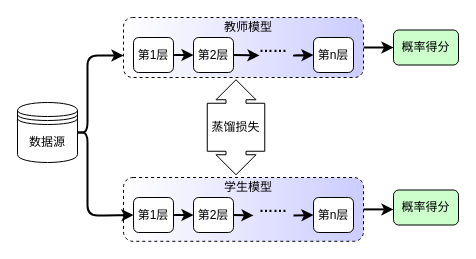
Above: feature-KD.drawio in Noeverer/Mindmap (draw.io), before the change. Source tidied: cells renumbered, new cells numbered last; positions are measured from the earlier drawing's top-left corner, leaving out a move shared by most shapes. Both pictures are drawn from the tidied source at 100%, with x=0, y=0 at pixel (17, 17).
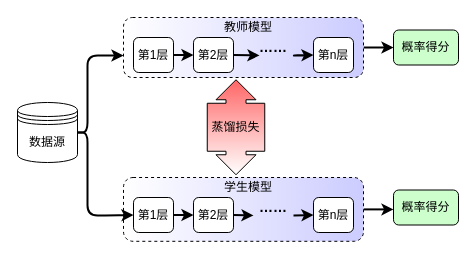
The same diagram, later.

The edit, as a diff of the source:
```diff
@@
-    <mxCell id="25" style="html=1;shadow=0;dashed=0;align=center;verticalAlign=middle;shape=mxgraph.arrows2.calloutDoubleArrow;dy=10;dx=20;notch=24;arrowHead=10;rotation=90;" parent="1" vertex="1">
+    <mxCell id="25" style="html=1;shadow=0;dashed=0;align=center;verticalAlign=middle;shape=mxgraph.arrows2.calloutDoubleArrow;dy=10;dx=20;notch=24;arrowHead=10;rotation=90;gradientColor=#FF6666;gradientDirection=west;" parent="1" vertex="1">
       <mxGeometry x="171" y="81" width="95" height="57.5" as="geometry" />
     </mxCell>
```
